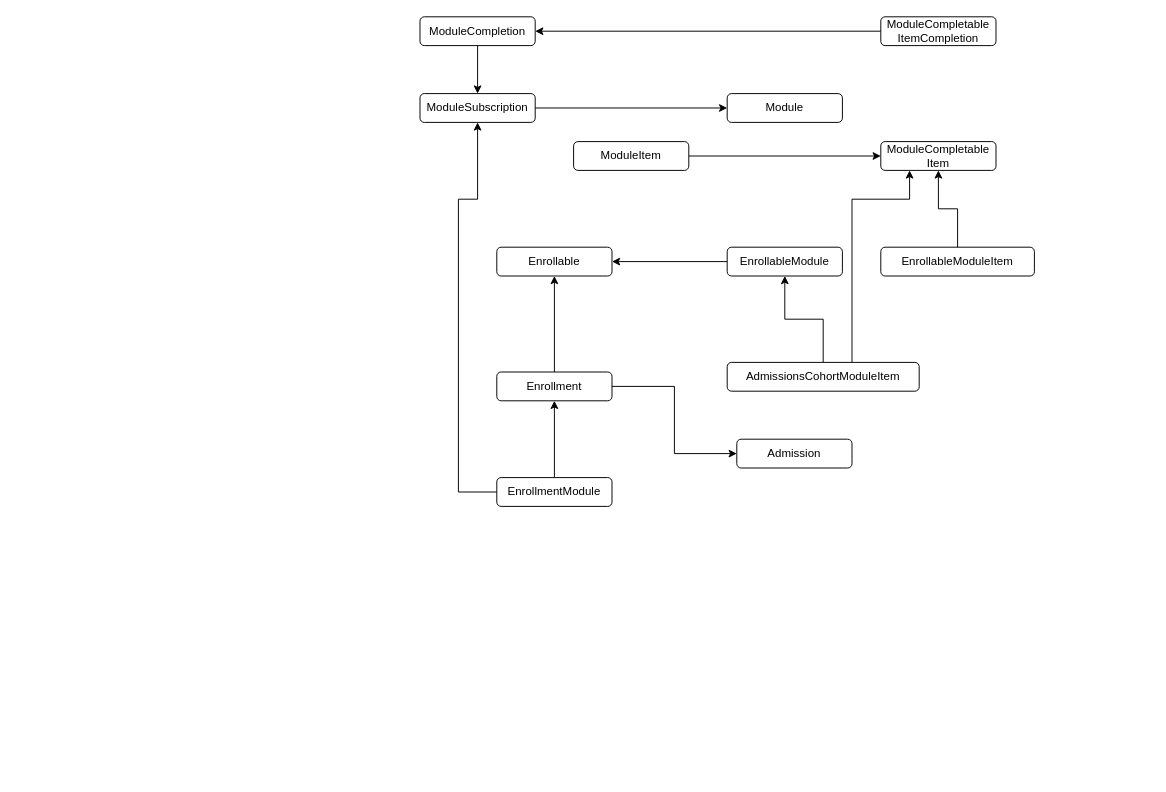
nana-essah/data-abstractions keeps this draw.io diagram as Untitled Diagram.drawio. Above is the earlier version. Source tidied: cells renumbered, new cells numbered last; positions are measured from the earlier drawing's top-left corner, leaving out a move shared by most shapes. Both pictures are drawn from the tidied source at 96%, with x=0, y=0 at pixel (420, 16).
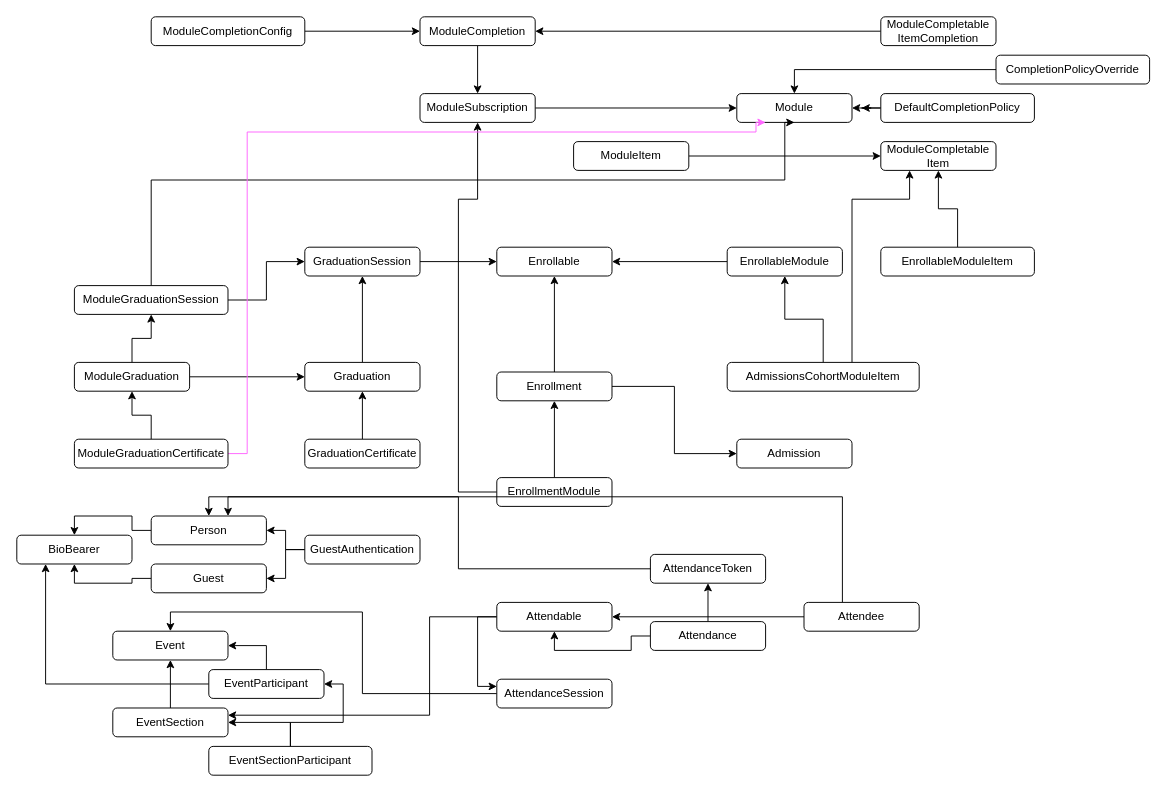
The same page after the edit.

The change refers to these unchanged cells:
```xml
<mxCell id="5" value="ModuleCompletion" style="rounded=1;whiteSpace=wrap;html=1;" parent="1" vertex="1">
  <mxGeometry width="120" height="30" as="geometry" />
</mxCell>
<mxCell id="24" value="Enrollable" style="rounded=1;whiteSpace=wrap;html=1;" parent="1" vertex="1">
  <mxGeometry x="80" y="240" width="120" height="30" as="geometry" />
</mxCell>
```

Diff of the diagram source:
```diff
@@
     <mxCell id="3" value="Module" style="rounded=1;whiteSpace=wrap;html=1;" parent="1" vertex="1">
-      <mxGeometry x="320" y="80" width="120" height="30" as="geometry" />
+      <mxGeometry x="330" y="80" width="120" height="30" as="geometry" />
     </mxCell>
@@
+    <mxCell id="27" style="edgeStyle=orthogonalEdgeStyle;rounded=0;jettySize=auto;html=1;" parent="1" edge="1" source="28" target="24">
+      <mxGeometry relative="1" as="geometry" />
+    </mxCell>
+    <mxCell id="28" value="GraduationSession" style="rounded=1;whiteSpace=wrap;html=1;" parent="1" vertex="1">
+      <mxGeometry x="-120" y="240" width="120" height="30" as="geometry" />
+    </mxCell>
+    <mxCell id="29" style="edgeStyle=orthogonalEdgeStyle;rounded=0;jettySize=auto;html=1;entryX=0.5;entryY=1;entryDx=0;entryDy=0;" parent="1" edge="1" source="30" target="28">
+      <mxGeometry relative="1" as="geometry" />
+    </mxCell>
+    <mxCell id="30" value="Graduation" style="rounded=1;whiteSpace=wrap;html=1;" parent="1" vertex="1">
+      <mxGeometry x="-120" y="360" width="120" height="30" as="geometry" />
+    </mxCell>
+    <mxCell id="31" style="edgeStyle=orthogonalEdgeStyle;rounded=0;jettySize=auto;html=1;entryX=0;entryY=0.5;entryDx=0;entryDy=0;" parent="1" edge="1" source="33" target="28">
+      <mxGeometry relative="1" as="geometry" />
+    </mxCell>
+    <mxCell id="32" style="edgeStyle=orthogonalEdgeStyle;rounded=0;jettySize=auto;html=1;entryX=0.5;entryY=1;entryDx=0;entryDy=0;" parent="1" edge="1" source="33" target="3">
+      <mxGeometry relative="1" as="geometry">
+        <Array as="points">
+          <mxPoint x="-280" y="170" />
+          <mxPoint x="380" y="170" />
+        </Array>
+      </mxGeometry>
+    </mxCell>
+    <mxCell id="33" value="ModuleGraduationSession" style="rounded=1;whiteSpace=wrap;html=1;" parent="1" vertex="1">
+      <mxGeometry x="-360" y="280" width="160" height="30" as="geometry" />
+    </mxCell>
+    <mxCell id="34" style="edgeStyle=orthogonalEdgeStyle;rounded=0;jettySize=auto;html=1;entryX=0;entryY=0.5;entryDx=0;entryDy=0;" parent="1" edge="1" source="36" target="30">
+      <mxGeometry relative="1" as="geometry" />
+    </mxCell>
+    <mxCell id="35" style="edgeStyle=orthogonalEdgeStyle;rounded=0;jettySize=auto;html=1;entryX=0.5;entryY=1;entryDx=0;entryDy=0;" parent="1" edge="1" source="36" target="33">
+      <mxGeometry relative="1" as="geometry" />
+    </mxCell>
+    <mxCell id="36" value="ModuleGraduation" style="rounded=1;whiteSpace=wrap;html=1;" parent="1" vertex="1">
+      <mxGeometry x="-360" y="360" width="120" height="30" as="geometry" />
+    </mxCell>
+    <mxCell id="37" style="edgeStyle=orthogonalEdgeStyle;rounded=0;jettySize=auto;html=1;entryX=0.5;entryY=1;entryDx=0;entryDy=0;" parent="1" edge="1" source="38" target="30">
+      <mxGeometry relative="1" as="geometry" />
+    </mxCell>
+    <mxCell id="38" value="GraduationCertificate" style="rounded=1;whiteSpace=wrap;html=1;" parent="1" vertex="1">
+      <mxGeometry x="-120" y="440" width="120" height="30" as="geometry" />
+    </mxCell>
+    <mxCell id="39" style="edgeStyle=orthogonalEdgeStyle;rounded=0;jettySize=auto;html=1;entryX=0.5;entryY=1;entryDx=0;entryDy=0;" parent="1" edge="1" source="41" target="36">
+      <mxGeometry relative="1" as="geometry" />
+    </mxCell>
+    <mxCell id="40" style="edgeStyle=orthogonalEdgeStyle;rounded=0;jettySize=auto;html=1;entryX=0.25;entryY=1;entryDx=0;entryDy=0;strokeColor=#FF66FF;" parent="1" edge="1" source="41" target="3">
+      <mxGeometry relative="1" as="geometry">
+        <Array as="points">
+          <mxPoint x="-180" y="455" />
+          <mxPoint x="-180" y="120" />
+          <mxPoint x="350" y="120" />
+        </Array>
+      </mxGeometry>
+    </mxCell>
+    <mxCell id="41" value="ModuleGraduationCertificate" style="rounded=1;whiteSpace=wrap;html=1;" parent="1" vertex="1">
+      <mxGeometry x="-360" y="440" width="160" height="30" as="geometry" />
+    </mxCell>
+    <mxCell id="42" style="edgeStyle=orthogonalEdgeStyle;rounded=0;jettySize=auto;html=1;entryX=0;entryY=0.5;entryDx=0;entryDy=0;" parent="1" edge="1" source="43" target="5">
+      <mxGeometry relative="1" as="geometry" />
+    </mxCell>
+    <mxCell id="43" value="ModuleCompletionConfig" style="rounded=1;whiteSpace=wrap;html=1;" parent="1" vertex="1">
+      <mxGeometry x="-280" width="160" height="30" as="geometry" />
+    </mxCell>
+    <mxCell id="44" style="edgeStyle=orthogonalEdgeStyle;rounded=0;jettySize=auto;html=1;" parent="1" edge="1" source="46">
+      <mxGeometry relative="1" as="geometry">
+        <mxPoint x="460" y="95" as="targetPoint" />
+      </mxGeometry>
+    </mxCell>
+    <mxCell id="45" style="edgeStyle=orthogonalEdgeStyle;rounded=0;jettySize=auto;html=1;entryX=1;entryY=0.5;entryDx=0;entryDy=0;" parent="1" edge="1" source="46" target="3">
+      <mxGeometry relative="1" as="geometry" />
+    </mxCell>
+    <mxCell id="46" value="DefaultCompletionPolicy" style="rounded=1;whiteSpace=wrap;html=1;" parent="1" vertex="1">
+      <mxGeometry x="480" y="80" width="160" height="30" as="geometry" />
+    </mxCell>
+    <mxCell id="47" style="edgeStyle=orthogonalEdgeStyle;rounded=0;jettySize=auto;html=1;entryX=0.5;entryY=0;entryDx=0;entryDy=0;" parent="1" edge="1" source="48" target="3">
+      <mxGeometry relative="1" as="geometry" />
+    </mxCell>
+    <mxCell id="48" value="CompletionPolicyOverride" style="rounded=1;whiteSpace=wrap;html=1;" parent="1" vertex="1">
+      <mxGeometry x="600" y="40" width="160" height="30" as="geometry" />
+    </mxCell>
+    <mxCell id="49" style="edgeStyle=orthogonalEdgeStyle;rounded=0;jettySize=auto;html=1;entryX=0;entryY=0.25;entryDx=0;entryDy=0;" parent="1" edge="1" source="51" target="78">
+      <mxGeometry relative="1" as="geometry">
+        <Array as="points">
+          <mxPoint x="60" y="625" />
+          <mxPoint x="60" y="698" />
+        </Array>
+      </mxGeometry>
+    </mxCell>
+    <mxCell id="50" style="edgeStyle=orthogonalEdgeStyle;rounded=0;jettySize=auto;html=1;entryX=1;entryY=0.25;entryDx=0;entryDy=0;" parent="1" edge="1" source="51" target="60">
+      <mxGeometry relative="1" as="geometry">
+        <Array as="points">
+          <mxPoint x="10" y="625" />
+          <mxPoint x="10" y="728" />
+        </Array>
+      </mxGeometry>
+    </mxCell>
+    <mxCell id="51" value="Attendable" style="rounded=1;whiteSpace=wrap;html=1;" parent="1" vertex="1">
+      <mxGeometry x="80" y="610" width="120" height="30" as="geometry" />
+    </mxCell>
+    <mxCell id="52" style="edgeStyle=orthogonalEdgeStyle;rounded=0;jettySize=auto;html=1;entryX=0.5;entryY=1;entryDx=0;entryDy=0;" parent="1" edge="1" source="54" target="75">
+      <mxGeometry relative="1" as="geometry" />
+    </mxCell>
+    <mxCell id="53" style="edgeStyle=orthogonalEdgeStyle;rounded=0;jettySize=auto;html=1;entryX=0.5;entryY=1;entryDx=0;entryDy=0;" parent="1" edge="1" source="54" target="51">
+      <mxGeometry relative="1" as="geometry" />
+    </mxCell>
+    <mxCell id="54" value="Attendance" style="rounded=1;whiteSpace=wrap;html=1;" parent="1" vertex="1">
+      <mxGeometry x="240" y="630" width="120" height="30" as="geometry" />
+    </mxCell>
+    <mxCell id="55" style="edgeStyle=orthogonalEdgeStyle;rounded=0;jettySize=auto;html=1;entryX=0.5;entryY=0;entryDx=0;entryDy=0;" parent="1" edge="1" source="57" target="65">
+      <mxGeometry relative="1" as="geometry">
+        <Array as="points">
+          <mxPoint x="440" y="500" />
+          <mxPoint x="-220" y="500" />
+        </Array>
+      </mxGeometry>
+    </mxCell>
+    <mxCell id="56" style="edgeStyle=orthogonalEdgeStyle;rounded=0;jettySize=auto;html=1;entryX=1;entryY=0.5;entryDx=0;entryDy=0;" parent="1" edge="1" source="57" target="51">
+      <mxGeometry relative="1" as="geometry" />
+    </mxCell>
+    <mxCell id="57" value="Attendee" style="rounded=1;whiteSpace=wrap;html=1;" parent="1" vertex="1">
+      <mxGeometry x="400" y="610" width="120" height="30" as="geometry" />
+    </mxCell>
+    <mxCell id="58" value="Event" style="rounded=1;whiteSpace=wrap;html=1;" parent="1" vertex="1">
+      <mxGeometry x="-320" y="640" width="120" height="30" as="geometry" />
+    </mxCell>
+    <mxCell id="59" style="edgeStyle=orthogonalEdgeStyle;rounded=0;jettySize=auto;html=1;entryX=0.5;entryY=1;entryDx=0;entryDy=0;" parent="1" edge="1" source="60" target="58">
+      <mxGeometry relative="1" as="geometry" />
+    </mxCell>
+    <mxCell id="60" value="EventSection" style="rounded=1;whiteSpace=wrap;html=1;" parent="1" vertex="1">
+      <mxGeometry x="-320" y="720" width="120" height="30" as="geometry" />
+    </mxCell>
+    <mxCell id="61" style="edgeStyle=orthogonalEdgeStyle;rounded=0;jettySize=auto;html=1;entryX=1;entryY=0.5;entryDx=0;entryDy=0;" parent="1" edge="1" source="63" target="58">
+      <mxGeometry relative="1" as="geometry" />
+    </mxCell>
+    <mxCell id="62" style="edgeStyle=orthogonalEdgeStyle;rounded=0;jettySize=auto;html=1;entryX=0.25;entryY=1;entryDx=0;entryDy=0;" parent="1" edge="1" source="63" target="74">
+      <mxGeometry relative="1" as="geometry" />
+    </mxCell>
+    <mxCell id="63" value="EventParticipant" style="rounded=1;whiteSpace=wrap;html=1;" parent="1" vertex="1">
+      <mxGeometry x="-220" y="680" width="120" height="30" as="geometry" />
+    </mxCell>
+    <mxCell id="64" style="edgeStyle=orthogonalEdgeStyle;rounded=0;jettySize=auto;html=1;entryX=0.5;entryY=0;entryDx=0;entryDy=0;" parent="1" edge="1" source="65" target="74">
+      <mxGeometry relative="1" as="geometry" />
+    </mxCell>
+    <mxCell id="65" value="Person" style="rounded=1;whiteSpace=wrap;html=1;" parent="1" vertex="1">
+      <mxGeometry x="-280" y="520" width="120" height="30" as="geometry" />
+    </mxCell>
+    <mxCell id="66" style="edgeStyle=orthogonalEdgeStyle;rounded=0;jettySize=auto;html=1;entryX=0.5;entryY=1;entryDx=0;entryDy=0;" parent="1" edge="1" source="67" target="74">
+      <mxGeometry relative="1" as="geometry" />
+    </mxCell>
+    <mxCell id="67" value="Guest" style="rounded=1;whiteSpace=wrap;html=1;" parent="1" vertex="1">
+      <mxGeometry x="-280" y="570" width="120" height="30" as="geometry" />
+    </mxCell>
+    <mxCell id="68" style="edgeStyle=orthogonalEdgeStyle;rounded=0;jettySize=auto;html=1;entryX=1;entryY=0.5;entryDx=0;entryDy=0;" parent="1" edge="1" source="70" target="65">
+      <mxGeometry relative="1" as="geometry" />
+    </mxCell>
+    <mxCell id="69" style="edgeStyle=orthogonalEdgeStyle;rounded=0;jettySize=auto;html=1;entryX=1;entryY=0.5;entryDx=0;entryDy=0;" parent="1" edge="1" source="70" target="67">
+      <mxGeometry relative="1" as="geometry" />
+    </mxCell>
+    <mxCell id="70" value="GuestAuthentication" style="rounded=1;whiteSpace=wrap;html=1;" parent="1" vertex="1">
+      <mxGeometry x="-120" y="540" width="120" height="30" as="geometry" />
+    </mxCell>
+    <mxCell id="71" style="edgeStyle=orthogonalEdgeStyle;rounded=0;jettySize=auto;html=1;entryX=1;entryY=0.5;entryDx=0;entryDy=0;" parent="1" edge="1" source="73" target="60">
+      <mxGeometry relative="1" as="geometry" />
+    </mxCell>
+    <mxCell id="72" style="edgeStyle=orthogonalEdgeStyle;rounded=0;jettySize=auto;html=1;entryX=1;entryY=0.5;entryDx=0;entryDy=0;" parent="1" edge="1" source="73" target="63">
+      <mxGeometry relative="1" as="geometry" />
+    </mxCell>
+    <mxCell id="73" value="EventSectionParticipant" style="rounded=1;whiteSpace=wrap;html=1;" parent="1" vertex="1">
+      <mxGeometry x="-220" y="760" width="170" height="30" as="geometry" />
+    </mxCell>
+    <mxCell id="74" value="BioBearer" style="rounded=1;whiteSpace=wrap;html=1;" parent="1" vertex="1">
+      <mxGeometry x="-420" y="540" width="120" height="30" as="geometry" />
+    </mxCell>
+    <mxCell id="75" value="AttendanceToken" style="rounded=1;whiteSpace=wrap;html=1;" parent="1" vertex="1">
+      <mxGeometry x="240" y="560" width="120" height="30" as="geometry" />
+    </mxCell>
+    <mxCell id="76" style="edgeStyle=orthogonalEdgeStyle;rounded=0;jettySize=auto;html=1;entryX=0.667;entryY=0;entryDx=0;entryDy=0;entryPerimeter=0;" parent="1" edge="1" source="75" target="65">
+      <mxGeometry relative="1" as="geometry" />
+    </mxCell>
+    <mxCell id="77" style="edgeStyle=orthogonalEdgeStyle;rounded=0;jettySize=auto;html=1;entryX=0.5;entryY=0;entryDx=0;entryDy=0;" parent="1" edge="1" source="78" target="58">
+      <mxGeometry relative="1" as="geometry" />
+    </mxCell>
+    <mxCell id="78" value="AttendanceSession" style="rounded=1;whiteSpace=wrap;html=1;" parent="1" vertex="1">
+      <mxGeometry x="80" y="690" width="120" height="30" as="geometry" />
+    </mxCell>
```
